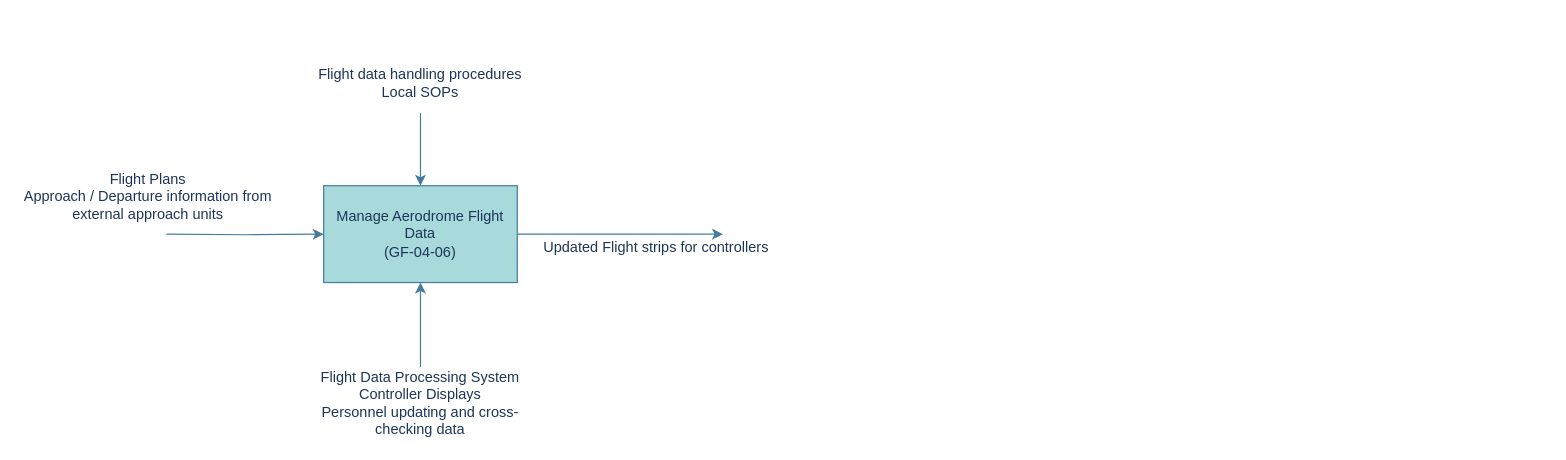
Above: iDEF0_ASYS-106.drawio in mjgardner87/ASA_FBD (draw.io), before the change. Source tidied: cells renumbered, new cells numbered last; positions are measured from the earlier drawing's top-left corner, leaving out a move shared by most shapes. Both pictures are drawn from the tidied source at 121%, with x=0, y=0 at pixel (21, 52).
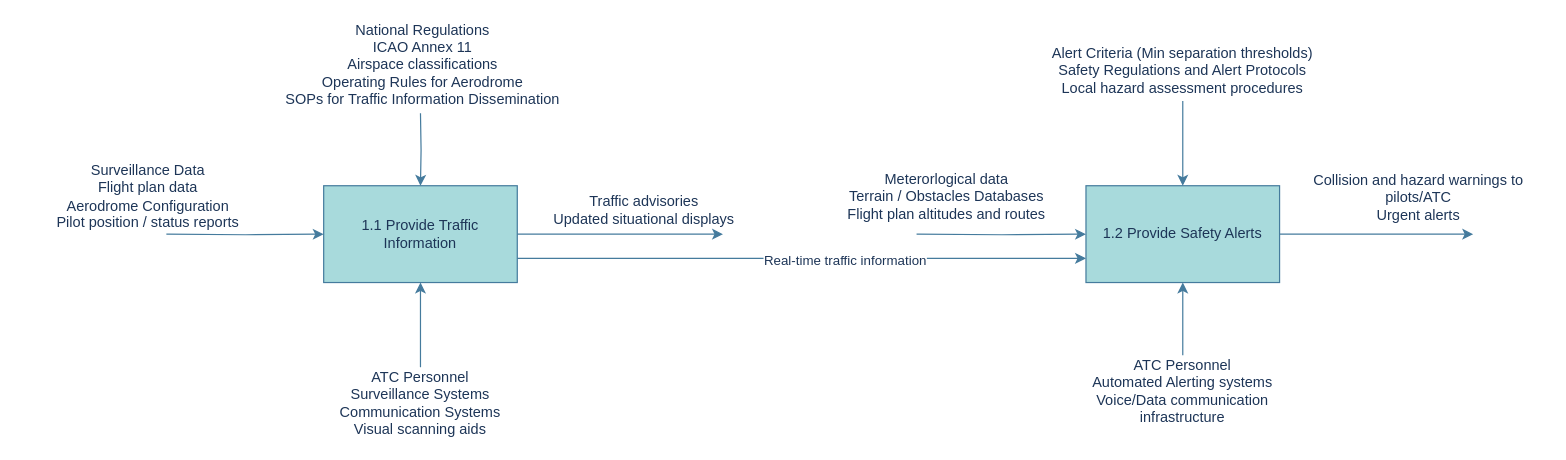
The same page after the edit.

Unchanged cells that the change refers to:
```xml
<mxCell id="2" style="group;labelBackgroundColor=none;fontColor=#1D3557;" parent="1" vertex="1">
  <mxGeometry x="40" y="30" width="590" height="290" as="geometry" />
</mxCell>
<mxCell id="3" style="group;labelBackgroundColor=none;fontColor=#1D3557;" parent="2" vertex="1">
  <mxGeometry x="110" width="480" height="290" as="geometry" />
</mxCell>
```

Diff of the diagram source:
```diff
@@
-    <mxCell id="4" value="Manage Aerodrome Flight Data&lt;br&gt;(GF-04-06)" style="rounded=0;whiteSpace=wrap;html=1;labelBackgroundColor=none;fillColor=#A8DADC;strokeColor=#457B9D;fontColor=#1D3557;" parent="3" vertex="1">
+    <mxCell id="4" value="1.1 Provide Traffic Information" style="rounded=0;whiteSpace=wrap;html=1;labelBackgroundColor=none;fillColor=#A8DADC;strokeColor=#457B9D;fontColor=#1D3557;" parent="3" vertex="1">
       <mxGeometry x="100" y="80" width="160" height="80" as="geometry" />
     </mxCell>
@@
-    <mxCell id="6" value="Flight Data Processing System&lt;div&gt;Controller Displays&lt;/div&gt;&lt;div&gt;Personnel updating and cross-checking data&lt;/div&gt;" style="text;html=1;align=center;verticalAlign=middle;whiteSpace=wrap;rounded=0;labelBackgroundColor=none;fontColor=#1D3557;" parent="3" vertex="1">
+    <mxCell id="6" value="ATC Personnel&lt;br&gt;Surveillance Systems&lt;br&gt;Communication Systems&lt;br&gt;Visual scanning aids" style="text;html=1;align=center;verticalAlign=middle;whiteSpace=wrap;rounded=0;labelBackgroundColor=none;fontColor=#1D3557;" parent="3" vertex="1">
       <mxGeometry x="80" y="230" width="200" height="60" as="geometry" />
     </mxCell>
-    <mxCell id="7" value="Flight data handling procedures&lt;br&gt;Local SOPs" style="text;html=1;align=center;verticalAlign=middle;whiteSpace=wrap;rounded=0;labelBackgroundColor=none;fontColor=#1D3557;" parent="3" vertex="1">
-      <mxGeometry x="90" y="-30" width="180" height="50" as="geometry" />
-    </mxCell>
-    <mxCell id="8" style="edgeStyle=orthogonalEdgeStyle;rounded=0;jettySize=auto;html=1;strokeColor=#457B9D;align=center;verticalAlign=middle;fontFamily=Helvetica;fontSize=11;fontColor=default;labelBackgroundColor=none;endArrow=classic;fillColor=#A8DADC;" parent="3" edge="1" source="7" target="4">
-      <mxGeometry relative="1" as="geometry" />
+    <mxCell id="8" style="edgeStyle=orthogonalEdgeStyle;rounded=0;jettySize=auto;html=1;strokeColor=#457B9D;align=center;verticalAlign=middle;fontFamily=Helvetica;fontSize=11;fontColor=default;labelBackgroundColor=none;endArrow=classic;fillColor=#A8DADC;" parent="3" edge="1" target="4">
+      <mxGeometry relative="1" as="geometry">
+        <mxPoint x="180" y="20" as="sourcePoint" />
+      </mxGeometry>
     </mxCell>
+    <mxCell id="13" style="edgeLabel;html=1;align=center;verticalAlign=middle;strokeColor=#457B9D;fontColor=#1D3557;fillColor=#A8DADC;" parent="8" vertex="1">
+      <mxGeometry x="-0.47" y="-2" relative="1" as="geometry" />
+    </mxCell>
-    <mxCell id="9" value="Updated Flight strips for controllers" style="text;html=1;align=center;verticalAlign=middle;whiteSpace=wrap;rounded=0;labelBackgroundColor=none;fontColor=#1D3557;" parent="3" vertex="1">
-      <mxGeometry x="270" y="111" width="210" height="40" as="geometry" />
+    <mxCell id="9" value="Traffic advisories&lt;br&gt;Updated situational displays" style="text;html=1;align=center;verticalAlign=middle;whiteSpace=wrap;rounded=0;labelBackgroundColor=none;fontColor=#1D3557;" parent="3" vertex="1">
+      <mxGeometry x="260" y="80" width="210" height="40" as="geometry" />
     </mxCell>
@@
-    <mxCell id="12" value="Flight Plans&lt;br&gt;Approach / Departure information from external approach units" style="text;html=1;align=center;verticalAlign=middle;whiteSpace=wrap;rounded=0;labelBackgroundColor=none;fontColor=#1D3557;" parent="2" vertex="1">
+    <mxCell id="12" value="Surveillance Data&lt;br&gt;Flight plan data&lt;div&gt;Aerodrome Configuration&lt;br&gt;Pilot position / status reports&lt;/div&gt;" style="text;html=1;align=center;verticalAlign=middle;whiteSpace=wrap;rounded=0;labelBackgroundColor=none;fontColor=#1D3557;" parent="2" vertex="1">
       <mxGeometry x="-40" y="50" width="210" height="77" as="geometry" />
     </mxCell>
+    <mxCell id="14" value="National Regulations&lt;br&gt;ICAO Annex 11&lt;br&gt;Airspace classifications&lt;br&gt;Operating Rules for Aerodrome&lt;br&gt;SOPs for Traffic Information Dissemination" style="text;html=1;align=center;verticalAlign=middle;whiteSpace=wrap;rounded=0;labelBackgroundColor=none;fontColor=#1D3557;" parent="1" vertex="1">
+      <mxGeometry x="217" y="-10" width="230" height="40" as="geometry" />
+    </mxCell>
+    <mxCell id="15" style="group;labelBackgroundColor=none;fontColor=#1D3557;" parent="1" vertex="1">
+      <mxGeometry x="660" y="30" width="590" height="290" as="geometry" />
+    </mxCell>
+    <mxCell id="16" style="group;labelBackgroundColor=none;fontColor=#1D3557;" parent="15" vertex="1">
+      <mxGeometry x="110" width="480" height="290" as="geometry" />
+    </mxCell>
+    <mxCell id="17" value="1.2 Provide Safety Alerts" style="rounded=0;whiteSpace=wrap;html=1;labelBackgroundColor=none;fillColor=#A8DADC;strokeColor=#457B9D;fontColor=#1D3557;" parent="16" vertex="1">
+      <mxGeometry x="110" y="80" width="160" height="80" as="geometry" />
+    </mxCell>
+    <mxCell id="18" style="edgeStyle=orthogonalEdgeStyle;rounded=0;jettySize=auto;html=1;strokeColor=#457B9D;fontColor=default;fillColor=#A8DADC;labelBackgroundColor=none;" parent="16" edge="1" source="19" target="17">
+      <mxGeometry relative="1" as="geometry" />
+    </mxCell>
+    <mxCell id="19" value="ATC Personnel&lt;br&gt;Automated Alerting systems&lt;br&gt;Voice/Data communication infrastructure" style="text;html=1;align=center;verticalAlign=middle;whiteSpace=wrap;rounded=0;labelBackgroundColor=none;fontColor=#1D3557;" parent="16" vertex="1">
+      <mxGeometry x="90" y="220" width="200" height="60" as="geometry" />
+    </mxCell>
+    <mxCell id="20" value="Collision and hazard warnings to pilots/ATC&lt;br&gt;Urgent alerts" style="text;html=1;align=center;verticalAlign=middle;whiteSpace=wrap;rounded=0;labelBackgroundColor=none;fontColor=#1D3557;" parent="16" vertex="1">
+      <mxGeometry x="280" y="70" width="210" height="40" as="geometry" />
+    </mxCell>
+    <mxCell id="21" value="Meterorlogical data&lt;br&gt;Terrain / Obstacles Databases&lt;br&gt;Flight plan altitudes and routes" style="text;html=1;align=center;verticalAlign=middle;whiteSpace=wrap;rounded=0;labelBackgroundColor=none;fontColor=#1D3557;" parent="16" vertex="1">
+      <mxGeometry x="-110" y="50" width="210" height="77" as="geometry" />
+    </mxCell>
+    <mxCell id="22" style="endArrow=classic;html=1;rounded=0;exitX=1;exitY=0.5;exitDx=0;exitDy=0;strokeColor=#457B9D;align=center;verticalAlign=middle;fontFamily=Helvetica;fontSize=11;fontColor=default;labelBackgroundColor=none;edgeStyle=orthogonalEdgeStyle;fillColor=#A8DADC;" parent="15" edge="1" source="17">
+      <mxGeometry relative="1" as="geometry">
+        <mxPoint x="540" y="120" as="targetPoint" />
+      </mxGeometry>
+    </mxCell>
+    <mxCell id="23" style="edgeStyle=orthogonalEdgeStyle;rounded=0;jettySize=auto;html=1;strokeColor=#457B9D;fontColor=default;fillColor=#A8DADC;labelBackgroundColor=none;" parent="15" edge="1" target="17">
+      <mxGeometry relative="1" as="geometry">
+        <mxPoint x="80" y="120" as="sourcePoint" />
+      </mxGeometry>
+    </mxCell>
+    <mxCell id="24" style="endArrow=classic;html=1;rounded=0;strokeColor=#457B9D;fontColor=#1D3557;fillColor=#A8DADC;entryX=0;entryY=0.75;entryDx=0;entryDy=0;exitX=1;exitY=0.75;exitDx=0;exitDy=0;" parent="1" edge="1" source="4" target="17">
+      <mxGeometry relative="1" as="geometry" />
+    </mxCell>
+    <mxCell id="25" value="Real-time traffic information" style="edgeLabel;html=1;align=center;verticalAlign=middle;strokeColor=#457B9D;fontColor=#1D3557;fillColor=#A8DADC;" parent="24" vertex="1">
+      <mxGeometry x="0.15" y="-1" relative="1" as="geometry" />
+    </mxCell>
+    <mxCell id="26" value="Alert Criteria (Min separation thresholds)&lt;br&gt;Safety Regulations and Alert Protocols&lt;br&gt;Local hazard assessment procedures" style="text;html=1;align=center;verticalAlign=middle;whiteSpace=wrap;rounded=0;labelBackgroundColor=none;fontColor=#1D3557;" parent="1" vertex="1">
+      <mxGeometry x="845" y="-10" width="230" height="50" as="geometry" />
+    </mxCell>
+    <mxCell id="27" style="edgeStyle=orthogonalEdgeStyle;rounded=0;jettySize=auto;html=1;strokeColor=#457B9D;align=center;verticalAlign=middle;fontFamily=Helvetica;fontSize=11;fontColor=default;labelBackgroundColor=none;endArrow=classic;fillColor=#A8DADC;" parent="1" edge="1" source="26" target="17">
+      <mxGeometry relative="1" as="geometry" />
+    </mxCell>
+    <mxCell id="28" style="edgeLabel;html=1;align=center;verticalAlign=middle;strokeColor=#457B9D;fontColor=#1D3557;fillColor=#A8DADC;" parent="27" vertex="1">
+      <mxGeometry x="-0.47" y="-2" relative="1" as="geometry" />
+    </mxCell>
```
